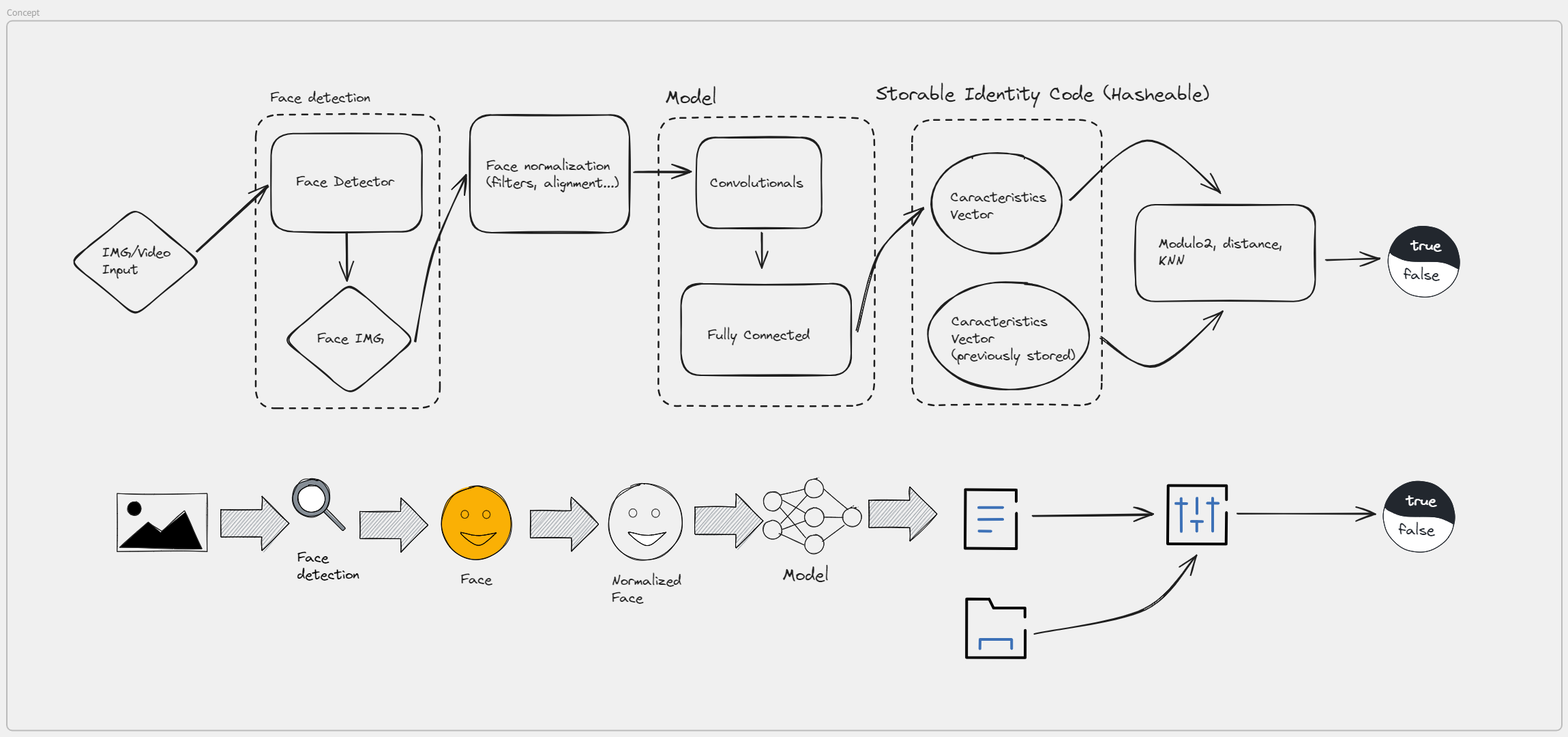
Above: project/doc/concept.xcdw.png in NelsonCC1812/VC_practicas (Excalidraw), before the change. Source tidied: one line per element, renumbered; positions are measured from the earlier drawing's top-left corner, leaving out a move shared by most shapes.
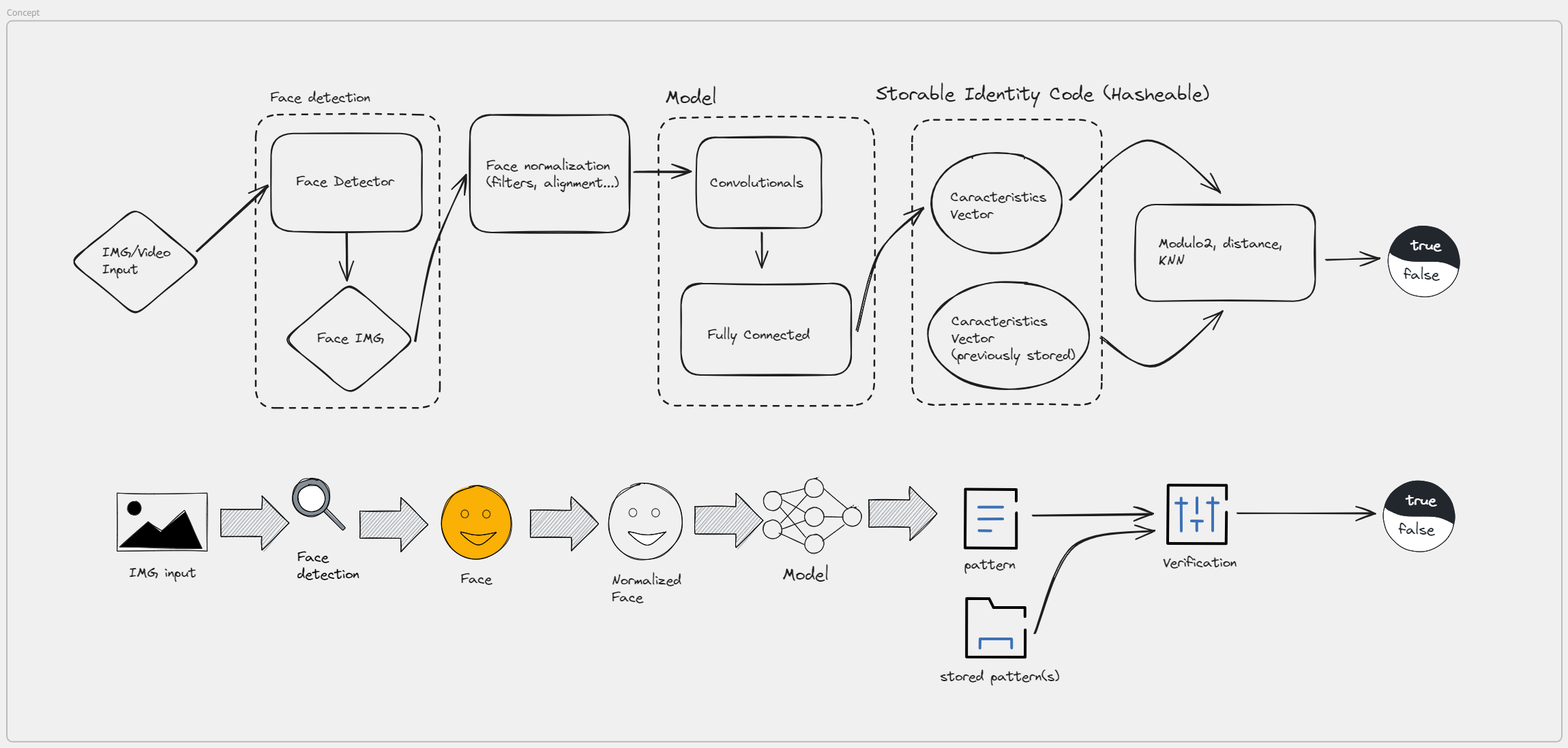
The same diagram one commit later.

Diff of the diagram source:
```diff
@@ -34,7 +34,7 @@
 {"id": 33, "type": "line", "strokeColor": "#1e1e1e", "strokeWidth": 1, "roughness": 1, "x": 1132, "y": 751, "width": 38, "height": 17, "points": [[0, 0], [38, 17]]}
 {"id": 34, "type": "text", "text": "Model", "strokeColor": "#1e1e1e", "strokeWidth": 1, "roughness": 1, "fontSize": 25.38, "fontFamily": 1, "textAlign": "center", "x": 1137, "y": 797, "width": 69, "height": 32}
 {"id": 35, "type": "arrow", "strokeColor": "#1e1e1e", "strokeWidth": 2, "roughness": 1, "endArrowhead": "arrow", "round": true, "x": 1504, "y": 725, "width": 176, "height": 2, "points": [[0, 0], [176, -2]]}
-{"id": 36, "type": "arrow", "strokeColor": "#1e1e1e", "strokeWidth": 2, "roughness": 1, "endArrowhead": "arrow", "round": true, "x": 1508, "y": 898, "width": 236, "height": 114, "points": [[0, 0], [160, -35], [236, -114]]}
+{"id": 36, "type": "arrow", "strokeColor": "#1e1e1e", "strokeWidth": 2, "roughness": 1, "endArrowhead": "arrow", "round": true, "x": 1508, "y": 898, "width": 174, "height": 149, "points": [[0, 0], [56, -126], [174, -149]]}
 {"id": 37, "type": "line", "strokeColor": "#000", "backgroundColor": "#ff00", "fillStyle": "solid", "strokeWidth": 4, "roughness": 0, "x": 1788, "y": 702, "width": 86, "height": 86, "points": [[0, 0], [0, -20], [-86, -21], [-86, 65], [0, 65], [0, 19]]}
 {"id": 38, "type": "line", "strokeColor": "#3d71b7", "backgroundColor": "#ff00", "fillStyle": "solid", "strokeWidth": 4, "roughness": 0, "x": 1745, "y": 700, "width": 0, "height": 23, "points": [[0, 0], [0, 23]]}
 {"id": 39, "type": "line", "strokeColor": "#3d71b7", "backgroundColor": "#ff00", "fillStyle": "solid", "strokeWidth": 4, "roughness": 0, "x": 1714, "y": 707, "width": 16, "height": 0, "points": [[0, 0], [16, 0]]}
@@ -95,4 +95,8 @@
 {"id": 94, "type": "text", "text": "Face normalization\n(filters, alignment...)", "strokeColor": "#1e1e1e", "strokeWidth": 2, "roughness": 1, "fontSize": 20, "fontFamily": 1, "x": 703, "y": 200, "width": 194, "height": 50}
 {"id": 95, "type": "arrow", "strokeColor": "#1e1e1e", "strokeWidth": 2, "roughness": 1, "endArrowhead": "arrow", "round": true, "from": 69, "to": 93, "x": 599, "y": 469, "width": 74, "height": 242, "points": [[0, 0], [25, -128], [74, -242]]}
 {"id": 96, "type": "arrow", "strokeColor": "#1e1e1e", "strokeWidth": 2, "roughness": 1, "endArrowhead": "arrow", "round": true, "from": 93, "to": 62, "x": 920, "y": 222, "width": 81, "height": 0, "points": [[0, 0], [81, 0]]}
+{"id": 98, "type": "text", "text": "IMG input", "strokeColor": "#1e1e1e", "strokeWidth": 2, "roughness": 1, "fontSize": 20, "fontFamily": 1, "x": 180, "y": 798, "width": 98, "height": 25}
+{"id": 99, "type": "text", "text": "Verification", "strokeColor": "#1e1e1e", "strokeWidth": 2, "roughness": 1, "fontSize": 20, "fontFamily": 1, "x": 1695, "y": 782, "width": 108, "height": 25}
+{"id": 100, "type": "text", "text": "pattern", "strokeColor": "#1e1e1e", "strokeWidth": 2, "roughness": 1, "fontSize": 20, "fontFamily": 1, "x": 1404, "y": 785, "width": 75, "height": 25}
+{"id": 101, "type": "text", "text": "stored pattern(s)", "strokeColor": "#1e1e1e", "strokeWidth": 2, "roughness": 1, "fontSize": 20, "fontFamily": 1, "x": 1368, "y": 949, "width": 175, "height": 25}
-{"id": 97, "type": "frame", "strokeColor": "#bbb", "strokeWidth": 2, "roughness": 0, "x": 0, "y": 0, "width": 2280, "height": 1040}
+{"id": 97, "type": "frame", "strokeColor": "#bbb", "strokeWidth": 2, "roughness": 0, "x": 0, "y": 0, "width": 2280, "height": 1057}
```
